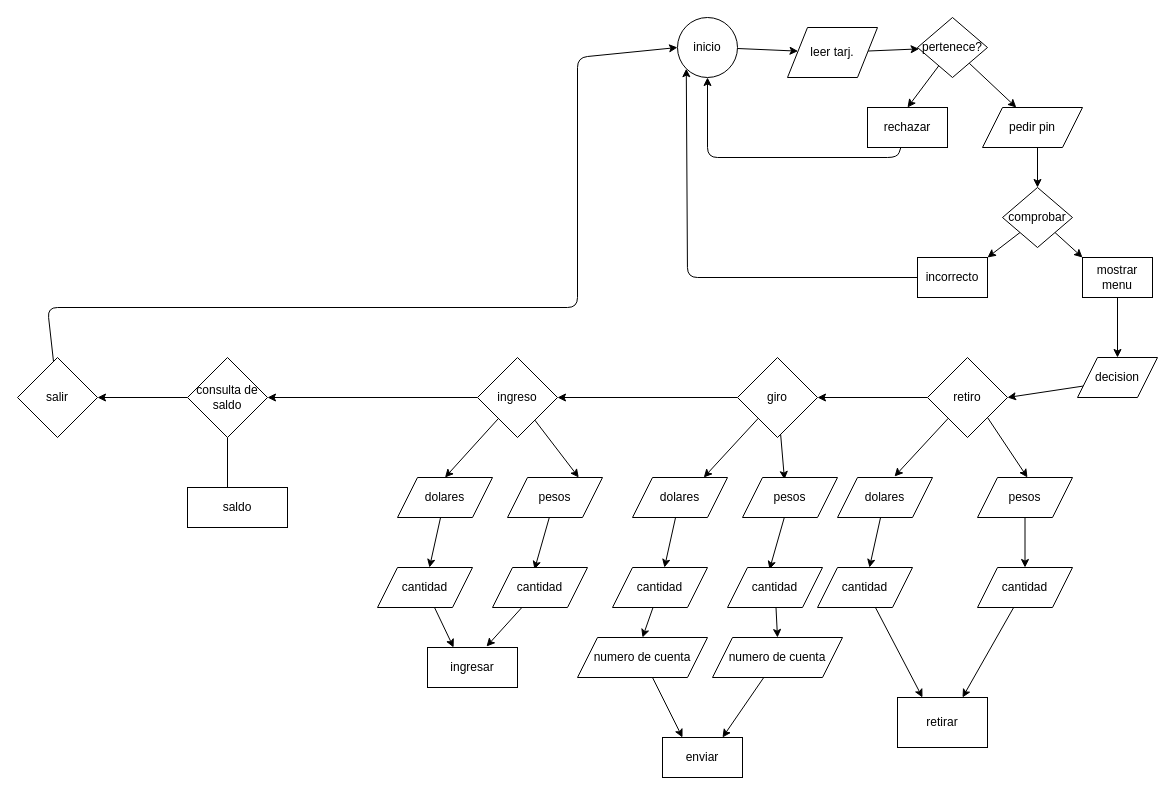
This is python-rodrigo-main (5)/python-rodrigo-main/ddf_banco.drawio from rodrigocarr1on/python-rodrigo, a draw.io file, before an edit. Source tidied: cells renumbered, new cells numbered last; positions are measured from the earlier drawing's top-left corner, leaving out a move shared by most shapes. Both pictures are drawn from the tidied source at 100%, with x=0, y=0 at pixel (17, 17).
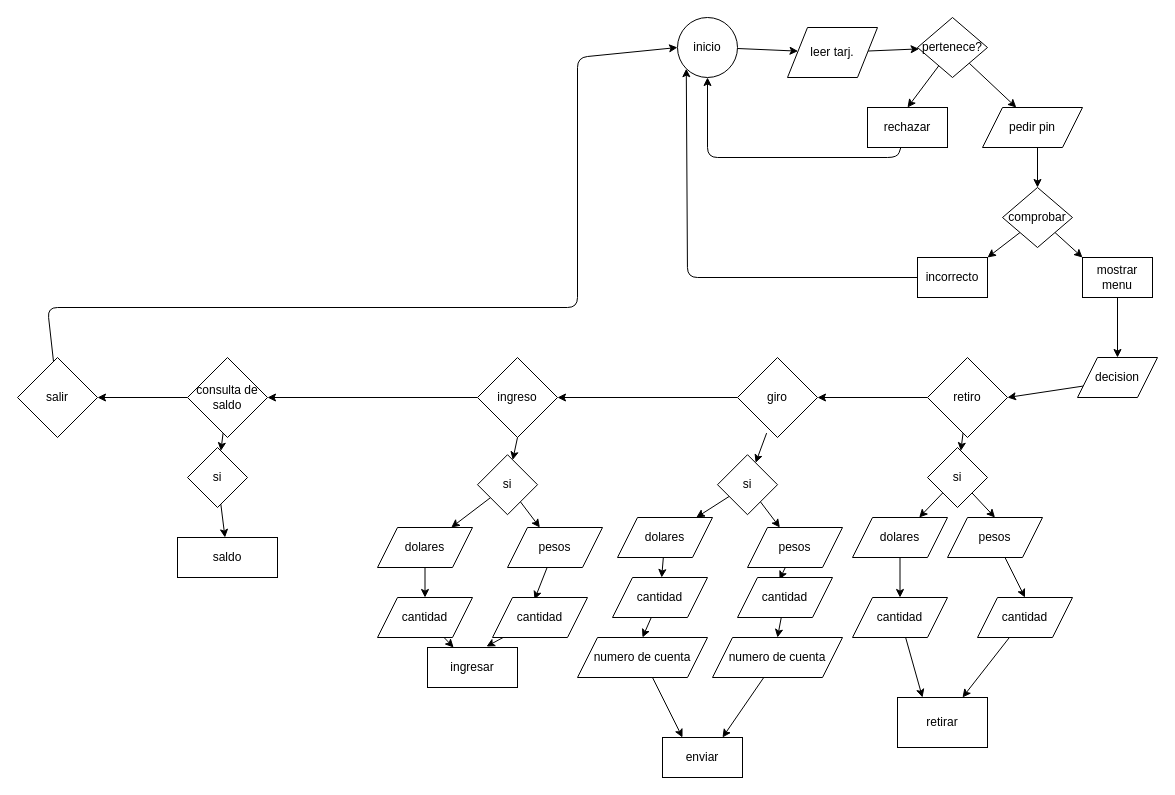
The same diagram, later.

The change refers to these unchanged cells:
```xml
<mxCell id="24" value="retiro" style="rhombus;whiteSpace=wrap;html=1;" parent="1" vertex="1">
  <mxGeometry x="910" y="340" width="80" height="80" as="geometry" />
</mxCell>
<mxCell id="37" value="giro" style="rhombus;whiteSpace=wrap;html=1;" parent="1" vertex="1">
  <mxGeometry x="720" y="340" width="80" height="80" as="geometry" />
</mxCell>
<mxCell id="53" value="ingreso" style="rhombus;whiteSpace=wrap;html=1;" parent="1" vertex="1">
  <mxGeometry x="460" y="340" width="80" height="80" as="geometry" />
</mxCell>
<mxCell id="64" value="consulta de saldo" style="rhombus;whiteSpace=wrap;html=1;" parent="1" vertex="1">
  <mxGeometry x="170" y="340" width="80" height="80" as="geometry" />
</mxCell>
```

The edit, as a diff of the source:
```diff
@@
-    <mxCell id="21" style="edgeStyle=none;html=1;exitX=1;exitY=1;exitDx=0;exitDy=0;entryX=0.526;entryY=0;entryDx=0;entryDy=0;entryPerimeter=0;" parent="1" edge="1" source="24" target="27">
-      <mxGeometry relative="1" as="geometry" />
-    </mxCell>
-    <mxCell id="22" style="edgeStyle=none;html=1;entryX=0.6;entryY=-0.025;entryDx=0;entryDy=0;entryPerimeter=0;" parent="1" edge="1" source="24" target="29">
-      <mxGeometry relative="1" as="geometry" />
-    </mxCell>
@@
+    <mxCell id="71" style="edgeStyle=none;html=1;" parent="1" edge="1" source="24" target="74">
+      <mxGeometry relative="1" as="geometry" />
+    </mxCell>
@@
-    <mxCell id="26" style="edgeStyle=none;html=1;" parent="1" edge="1" source="27">
-      <mxGeometry relative="1" as="geometry">
-        <mxPoint x="1007.5" y="550" as="targetPoint" />
-      </mxGeometry>
+    <mxCell id="26" style="edgeStyle=none;html=1;entryX=0.5;entryY=0;entryDx=0;entryDy=0;" parent="1" edge="1" source="27" target="31">
+      <mxGeometry relative="1" as="geometry" />
     </mxCell>
     <mxCell id="27" value="pesos" style="shape=parallelogram;perimeter=parallelogramPerimeter;whiteSpace=wrap;html=1;fixedSize=1;" parent="1" vertex="1">
-      <mxGeometry x="960" y="460" width="95" height="40" as="geometry" />
+      <mxGeometry x="930" y="500" width="95" height="40" as="geometry" />
     </mxCell>
@@
     <mxCell id="29" value="dolares" style="shape=parallelogram;perimeter=parallelogramPerimeter;whiteSpace=wrap;html=1;fixedSize=1;" parent="1" vertex="1">
-      <mxGeometry x="820" y="460" width="95" height="40" as="geometry" />
+      <mxGeometry x="835" y="500" width="95" height="40" as="geometry" />
     </mxCell>
@@
     <mxCell id="31" value="cantidad" style="shape=parallelogram;perimeter=parallelogramPerimeter;whiteSpace=wrap;html=1;fixedSize=1;" parent="1" vertex="1">
-      <mxGeometry x="960" y="550" width="95" height="40" as="geometry" />
+      <mxGeometry x="960" y="580" width="95" height="40" as="geometry" />
     </mxCell>
@@
     <mxCell id="33" value="cantidad" style="shape=parallelogram;perimeter=parallelogramPerimeter;whiteSpace=wrap;html=1;fixedSize=1;" parent="1" vertex="1">
-      <mxGeometry x="800" y="550" width="95" height="40" as="geometry" />
+      <mxGeometry x="835" y="580" width="95" height="40" as="geometry" />
     </mxCell>
-    <mxCell id="34" style="edgeStyle=none;html=1;entryX=0.442;entryY=0.05;entryDx=0;entryDy=0;entryPerimeter=0;" parent="1" edge="1" source="37" target="39">
-      <mxGeometry relative="1" as="geometry" />
-    </mxCell>
-    <mxCell id="35" style="edgeStyle=none;html=1;entryX=0.75;entryY=0;entryDx=0;entryDy=0;" parent="1" edge="1" source="37" target="41">
-      <mxGeometry relative="1" as="geometry" />
-    </mxCell>
@@
     <mxCell id="39" value="pesos" style="shape=parallelogram;perimeter=parallelogramPerimeter;whiteSpace=wrap;html=1;fixedSize=1;" parent="1" vertex="1">
-      <mxGeometry x="725" y="460" width="95" height="40" as="geometry" />
+      <mxGeometry x="730" y="510" width="95" height="40" as="geometry" />
     </mxCell>
@@
     <mxCell id="41" value="dolares" style="shape=parallelogram;perimeter=parallelogramPerimeter;whiteSpace=wrap;html=1;fixedSize=1;" parent="1" vertex="1">
-      <mxGeometry x="615" y="460" width="95" height="40" as="geometry" />
+      <mxGeometry x="600" y="500" width="95" height="40" as="geometry" />
     </mxCell>
@@
     <mxCell id="43" value="cantidad" style="shape=parallelogram;perimeter=parallelogramPerimeter;whiteSpace=wrap;html=1;fixedSize=1;" parent="1" vertex="1">
-      <mxGeometry x="710" y="550" width="95" height="40" as="geometry" />
+      <mxGeometry x="720" y="560" width="95" height="40" as="geometry" />
     </mxCell>
@@
     <mxCell id="45" value="cantidad" style="shape=parallelogram;perimeter=parallelogramPerimeter;whiteSpace=wrap;html=1;fixedSize=1;" parent="1" vertex="1">
-      <mxGeometry x="595" y="550" width="95" height="40" as="geometry" />
+      <mxGeometry x="595" y="560" width="95" height="40" as="geometry" />
     </mxCell>
@@
-    <mxCell id="50" style="edgeStyle=none;html=1;entryX=0.5;entryY=0;entryDx=0;entryDy=0;" parent="1" edge="1" source="53" target="57">
-      <mxGeometry relative="1" as="geometry" />
-    </mxCell>
-    <mxCell id="51" style="edgeStyle=none;html=1;entryX=0.75;entryY=0;entryDx=0;entryDy=0;" parent="1" edge="1" source="53" target="55">
-      <mxGeometry relative="1" as="geometry" />
-    </mxCell>
@@
     <mxCell id="55" value="pesos" style="shape=parallelogram;perimeter=parallelogramPerimeter;whiteSpace=wrap;html=1;fixedSize=1;" parent="1" vertex="1">
-      <mxGeometry x="490" y="460" width="95" height="40" as="geometry" />
+      <mxGeometry x="490" y="510" width="95" height="40" as="geometry" />
     </mxCell>
@@
     <mxCell id="57" value="dolares" style="shape=parallelogram;perimeter=parallelogramPerimeter;whiteSpace=wrap;html=1;fixedSize=1;" parent="1" vertex="1">
-      <mxGeometry x="380" y="460" width="95" height="40" as="geometry" />
+      <mxGeometry x="360" y="510" width="95" height="40" as="geometry" />
     </mxCell>
@@
     <mxCell id="59" value="cantidad" style="shape=parallelogram;perimeter=parallelogramPerimeter;whiteSpace=wrap;html=1;fixedSize=1;" parent="1" vertex="1">
-      <mxGeometry x="475" y="550" width="95" height="40" as="geometry" />
+      <mxGeometry x="475" y="580" width="95" height="40" as="geometry" />
     </mxCell>
@@
     <mxCell id="61" value="cantidad" style="shape=parallelogram;perimeter=parallelogramPerimeter;whiteSpace=wrap;html=1;fixedSize=1;" parent="1" vertex="1">
-      <mxGeometry x="360" y="550" width="95" height="40" as="geometry" />
+      <mxGeometry x="360" y="580" width="95" height="40" as="geometry" />
     </mxCell>
@@
-    <mxCell id="63" style="edgeStyle=none;html=1;entryX=0.4;entryY=0.25;entryDx=0;entryDy=0;entryPerimeter=0;" parent="1" edge="1" source="64" target="67">
-      <mxGeometry relative="1" as="geometry" />
-    </mxCell>
@@
     <mxCell id="67" value="saldo" style="rounded=0;whiteSpace=wrap;html=1;" parent="1" vertex="1">
-      <mxGeometry x="170" y="470" width="100" height="40" as="geometry" />
+      <mxGeometry x="160" y="520" width="100" height="40" as="geometry" />
     </mxCell>
@@
+    <mxCell id="72" style="edgeStyle=none;html=1;entryX=0.5;entryY=0;entryDx=0;entryDy=0;" parent="1" edge="1" source="74" target="27">
+      <mxGeometry relative="1" as="geometry" />
+    </mxCell>
+    <mxCell id="73" style="edgeStyle=none;html=1;" parent="1" edge="1" source="74" target="29">
+      <mxGeometry relative="1" as="geometry" />
+    </mxCell>
+    <mxCell id="74" value="si" style="rhombus;whiteSpace=wrap;html=1;" parent="1" vertex="1">
+      <mxGeometry x="910" y="430" width="60" height="60" as="geometry" />
+    </mxCell>
+    <mxCell id="75" style="edgeStyle=none;html=1;exitX=0.364;exitY=0.945;exitDx=0;exitDy=0;exitPerimeter=0;" parent="1" edge="1" source="37" target="78">
+      <mxGeometry relative="1" as="geometry" />
+    </mxCell>
+    <mxCell id="76" style="edgeStyle=none;html=1;" parent="1" edge="1" source="78" target="41">
+      <mxGeometry relative="1" as="geometry" />
+    </mxCell>
+    <mxCell id="77" style="edgeStyle=none;html=1;" parent="1" edge="1" source="78" target="39">
+      <mxGeometry relative="1" as="geometry" />
+    </mxCell>
+    <mxCell id="78" value="si" style="rhombus;whiteSpace=wrap;html=1;" parent="1" vertex="1">
+      <mxGeometry x="700" y="437.2" width="60" height="60" as="geometry" />
+    </mxCell>
+    <mxCell id="79" style="edgeStyle=none;html=1;exitX=0.5;exitY=1;exitDx=0;exitDy=0;" parent="1" edge="1" source="53" target="82">
+      <mxGeometry relative="1" as="geometry" />
+    </mxCell>
+    <mxCell id="80" style="edgeStyle=none;html=1;" parent="1" edge="1" source="82" target="55">
+      <mxGeometry relative="1" as="geometry" />
+    </mxCell>
+    <mxCell id="81" style="edgeStyle=none;html=1;" parent="1" edge="1" source="82" target="57">
+      <mxGeometry relative="1" as="geometry" />
+    </mxCell>
+    <mxCell id="82" value="si" style="rhombus;whiteSpace=wrap;html=1;" parent="1" vertex="1">
+      <mxGeometry x="460" y="437.2" width="60" height="60" as="geometry" />
+    </mxCell>
+    <mxCell id="83" style="edgeStyle=none;html=1;" parent="1" edge="1" target="85">
+      <mxGeometry relative="1" as="geometry">
+        <mxPoint x="205.6" y="415.6" as="sourcePoint" />
+      </mxGeometry>
+    </mxCell>
+    <mxCell id="84" style="edgeStyle=none;html=1;" parent="1" edge="1" source="85" target="67">
+      <mxGeometry relative="1" as="geometry" />
+    </mxCell>
+    <mxCell id="85" value="si" style="rhombus;whiteSpace=wrap;html=1;" parent="1" vertex="1">
+      <mxGeometry x="170" y="430" width="60" height="60" as="geometry" />
+    </mxCell>
```
